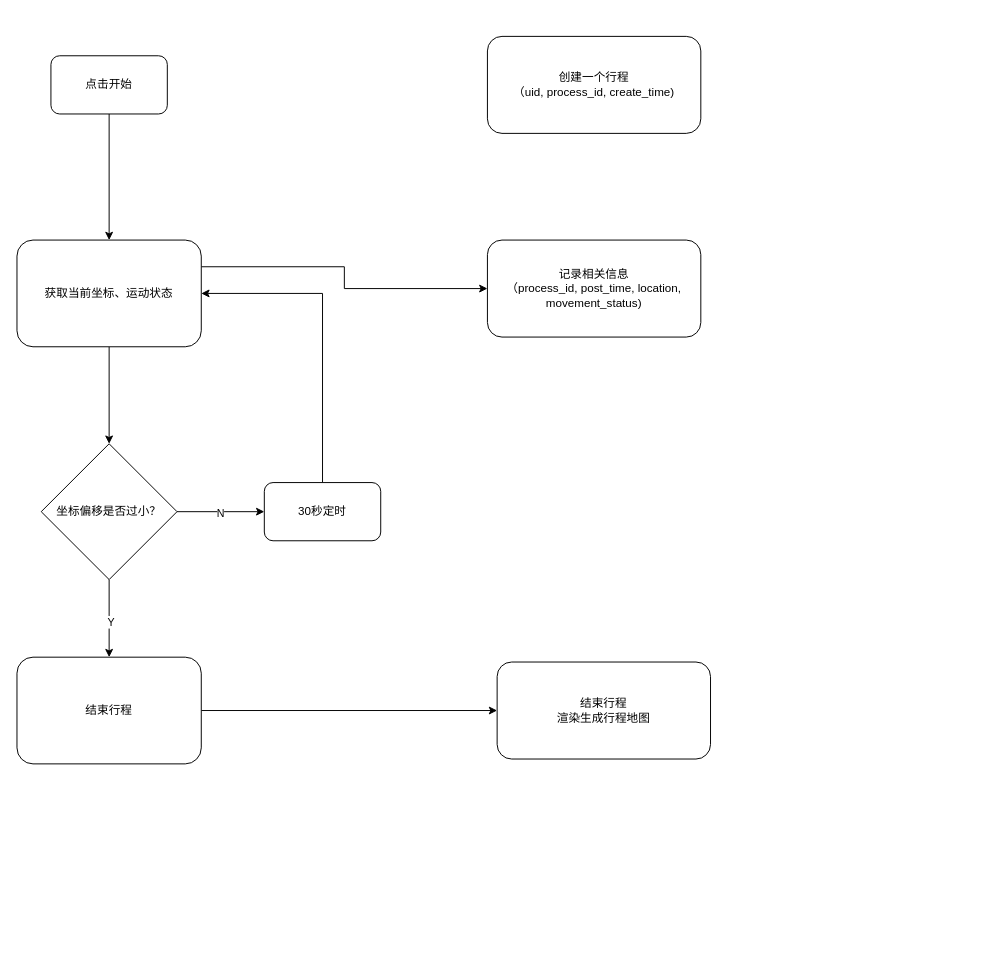
Earlier version of the draw.io diagram jerry.drawio (furick/design). Source tidied: cells renumbered, new cells numbered last; positions are measured from the earlier drawing's top-left corner, leaving out a move shared by most shapes. Both pictures are drawn from the tidied source at 97%, with x=0, y=0 at pixel (16, 36).
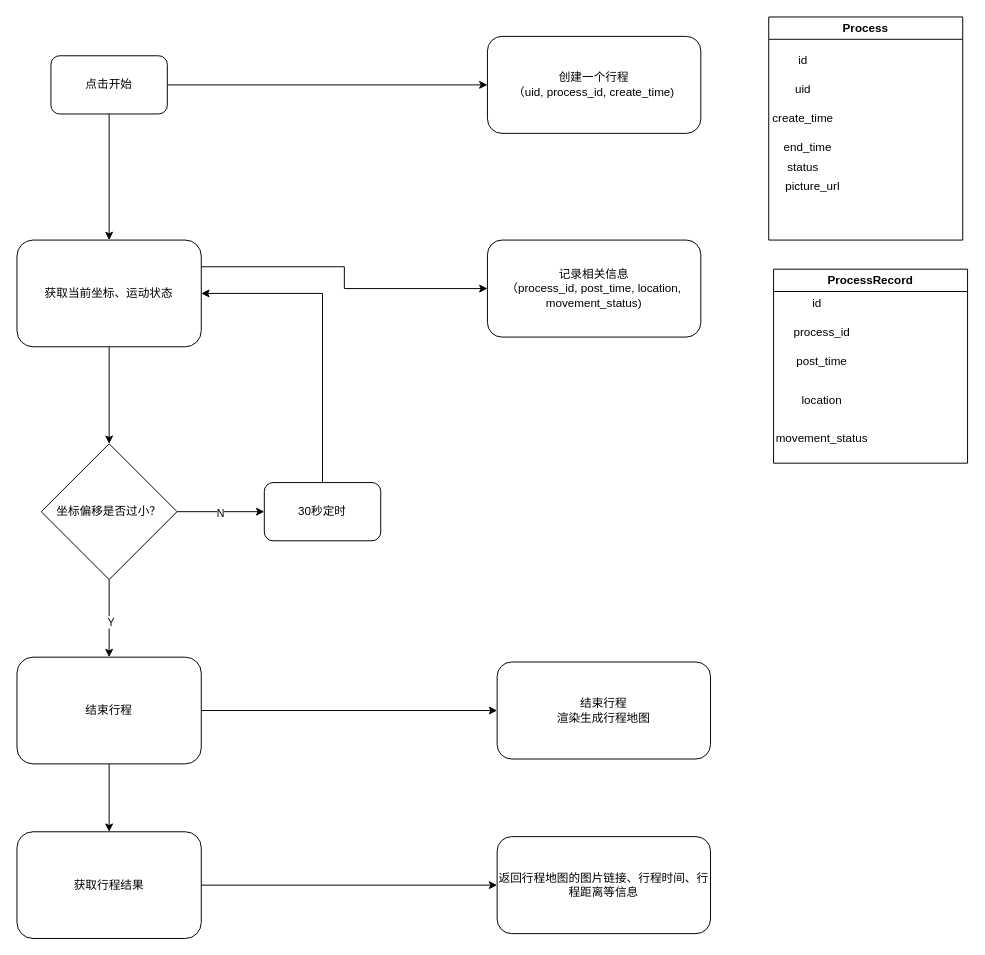
The same diagram, later.

Unchanged cells that the change refers to:
```xml
<mxCell id="3" value="点击开始" style="rounded=1;whiteSpace=wrap;html=1;" parent="1" vertex="1">
  <mxGeometry x="35" y="20" width="120" height="60" as="geometry" />
</mxCell>
<mxCell id="14" value="创建一个行程&lt;br&gt;（uid, process_id, create_time)" style="rounded=1;whiteSpace=wrap;html=1;" parent="1" vertex="1">
  <mxGeometry x="485" width="220" height="100" as="geometry" />
</mxCell>
<mxCell id="17" value="结束行程" style="rounded=1;whiteSpace=wrap;html=1;" parent="1" vertex="1">
  <mxGeometry y="640" width="190" height="110" as="geometry" />
</mxCell>
```

What changed in the source:
```diff
@@
+    <mxCell id="19" style="edgeStyle=orthogonalEdgeStyle;rounded=0;jettySize=auto;html=1;exitX=1;exitY=0.5;exitDx=0;exitDy=0;" parent="1" edge="1" source="3" target="14">
+      <mxGeometry relative="1" as="geometry" />
+    </mxCell>
@@
+    <mxCell id="20" style="edgeStyle=orthogonalEdgeStyle;rounded=0;jettySize=auto;html=1;exitX=0.5;exitY=1;exitDx=0;exitDy=0;" parent="1" edge="1" source="17" target="22">
+      <mxGeometry relative="1" as="geometry" />
+    </mxCell>
@@
+    <mxCell id="21" style="edgeStyle=orthogonalEdgeStyle;rounded=0;jettySize=auto;html=1;exitX=1;exitY=0.5;exitDx=0;exitDy=0;entryX=0;entryY=0.5;entryDx=0;entryDy=0;" parent="1" edge="1" source="22" target="23">
+      <mxGeometry relative="1" as="geometry" />
+    </mxCell>
+    <mxCell id="22" value="获取行程结果" style="rounded=1;whiteSpace=wrap;html=1;" parent="1" vertex="1">
+      <mxGeometry y="820" width="190" height="110" as="geometry" />
+    </mxCell>
+    <mxCell id="23" value="返回行程地图的图片链接、行程时间、行程距离等信息&lt;div&gt;&lt;/div&gt;" style="rounded=1;whiteSpace=wrap;html=1;" parent="1" vertex="1">
+      <mxGeometry x="495" y="825" width="220" height="100" as="geometry" />
+    </mxCell>
+    <mxCell id="24" value="Process" style="swimlane;whiteSpace=wrap;html=1;" parent="1" vertex="1">
+      <mxGeometry x="775" y="-20" width="200" height="230" as="geometry" />
+    </mxCell>
+    <mxCell id="25" value="id" style="text;html=1;align=center;verticalAlign=middle;strokeColor=none;fillColor=none;" parent="24" vertex="1">
+      <mxGeometry x="20" y="30" width="30" height="30" as="geometry" />
+    </mxCell>
+    <mxCell id="26" value="uid" style="text;html=1;align=center;verticalAlign=middle;strokeColor=none;fillColor=none;" parent="24" vertex="1">
+      <mxGeometry x="15" y="60" width="40" height="30" as="geometry" />
+    </mxCell>
+    <mxCell id="27" value="create_time" style="text;html=1;align=center;verticalAlign=middle;strokeColor=none;fillColor=none;" parent="24" vertex="1">
+      <mxGeometry x="-10" y="90" width="90" height="30" as="geometry" />
+    </mxCell>
+    <mxCell id="28" value="status" style="text;html=1;align=center;verticalAlign=middle;strokeColor=none;fillColor=none;" parent="24" vertex="1">
+      <mxGeometry x="5" y="140" width="60" height="30" as="geometry" />
+    </mxCell>
+    <mxCell id="29" value="picture_url" style="text;html=1;align=center;verticalAlign=middle;strokeColor=none;fillColor=none;" parent="24" vertex="1">
+      <mxGeometry x="5" y="160" width="80" height="30" as="geometry" />
+    </mxCell>
+    <mxCell id="30" value="end_time" style="text;html=1;align=center;verticalAlign=middle;strokeColor=none;fillColor=none;" parent="24" vertex="1">
+      <mxGeometry x="5" y="120" width="70" height="30" as="geometry" />
+    </mxCell>
+    <mxCell id="31" value="ProcessRecord" style="swimlane;whiteSpace=wrap;html=1;startSize=23;" parent="1" vertex="1">
+      <mxGeometry x="780" y="240" width="200" height="200" as="geometry" />
+    </mxCell>
+    <mxCell id="32" value="process_id" style="text;html=1;align=center;verticalAlign=middle;whiteSpace=wrap;rounded=0;" parent="31" vertex="1">
+      <mxGeometry x="20" y="50" width="60" height="30" as="geometry" />
+    </mxCell>
+    <mxCell id="33" value="post_time" style="text;html=1;align=center;verticalAlign=middle;whiteSpace=wrap;rounded=0;" parent="31" vertex="1">
+      <mxGeometry x="20" y="80" width="60" height="30" as="geometry" />
+    </mxCell>
+    <mxCell id="34" value="location" style="text;html=1;align=center;verticalAlign=middle;whiteSpace=wrap;rounded=0;" parent="31" vertex="1">
+      <mxGeometry x="20" y="120" width="60" height="30" as="geometry" />
+    </mxCell>
+    <mxCell id="35" value="movement_status" style="text;html=1;align=center;verticalAlign=middle;whiteSpace=wrap;rounded=0;" parent="31" vertex="1">
+      <mxGeometry x="20" y="160" width="60" height="30" as="geometry" />
+    </mxCell>
+    <mxCell id="36" value="id" style="text;html=1;align=center;verticalAlign=middle;whiteSpace=wrap;rounded=0;" parent="31" vertex="1">
+      <mxGeometry x="15" y="20" width="60" height="30" as="geometry" />
+    </mxCell>
```
